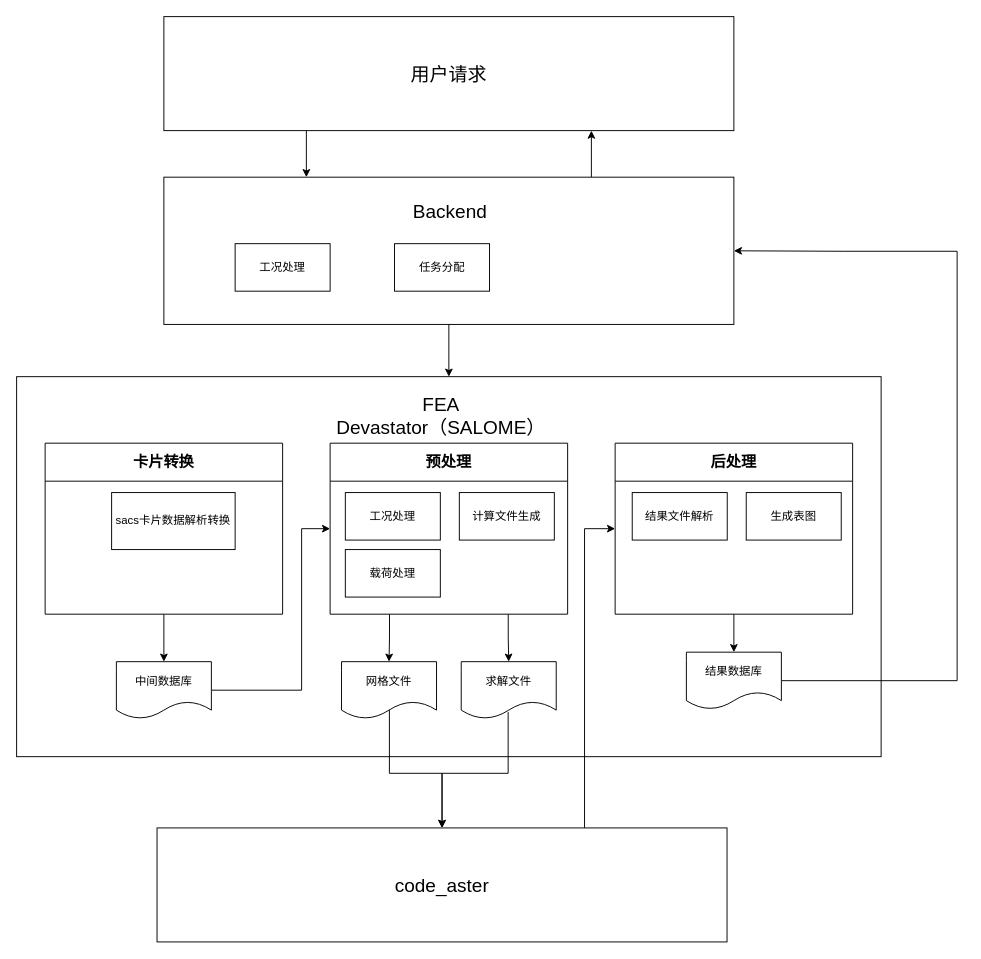
Harekaze-Misakiakeno/uml keeps this draw.io diagram as gdy_流程.drawio. Above is the earlier version. Source tidied: cells renumbered, new cells numbered last; positions are measured from the earlier drawing's top-left corner, leaving out a move shared by most shapes. Both pictures are drawn from the tidied source at 95%, with x=0, y=0 at pixel (16, 16).
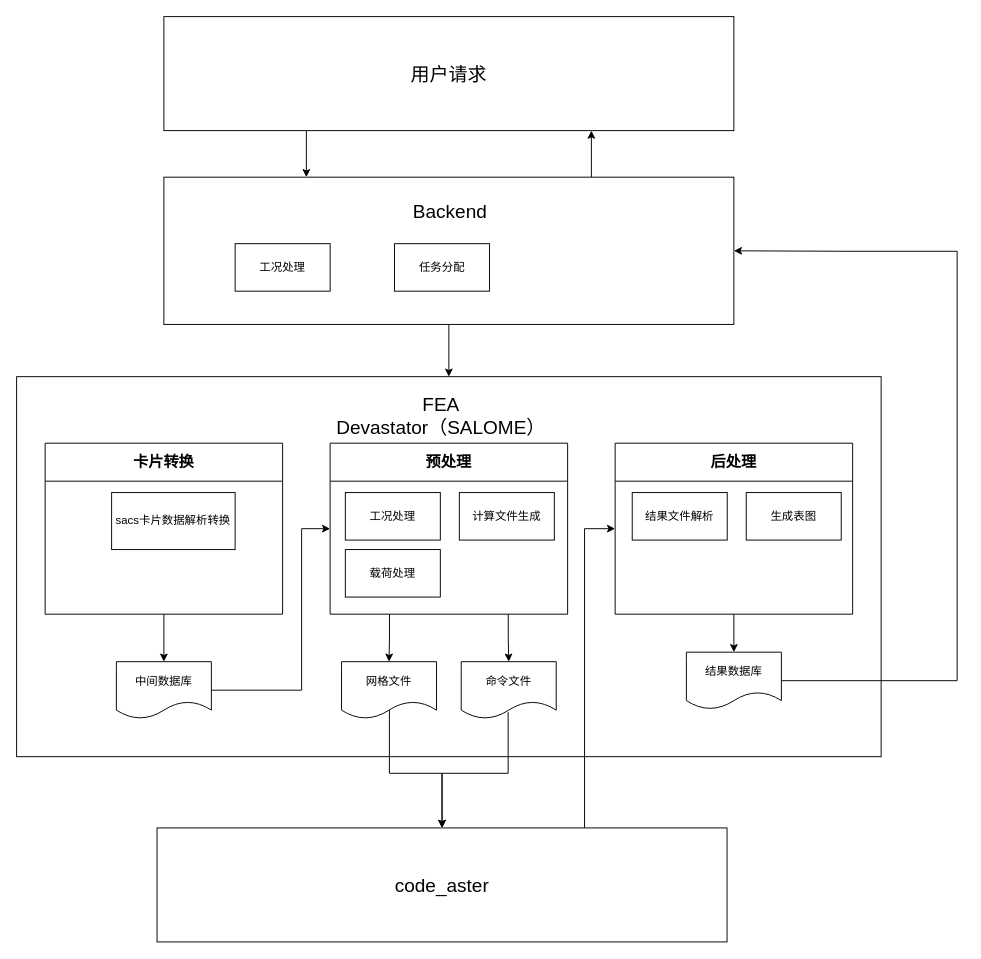
The same page after the edit.

What changed in the source:
```diff
@@
-    <mxCell id="20" value="求解文件" style="shape=document;whiteSpace=wrap;html=1;boundedLbl=1;" parent="1" vertex="1">
+    <mxCell id="20" value="命令文件" style="shape=document;whiteSpace=wrap;html=1;boundedLbl=1;" parent="1" vertex="1">
       <mxGeometry x="468" y="679" width="100" height="60" as="geometry" />
     </mxCell>
```
